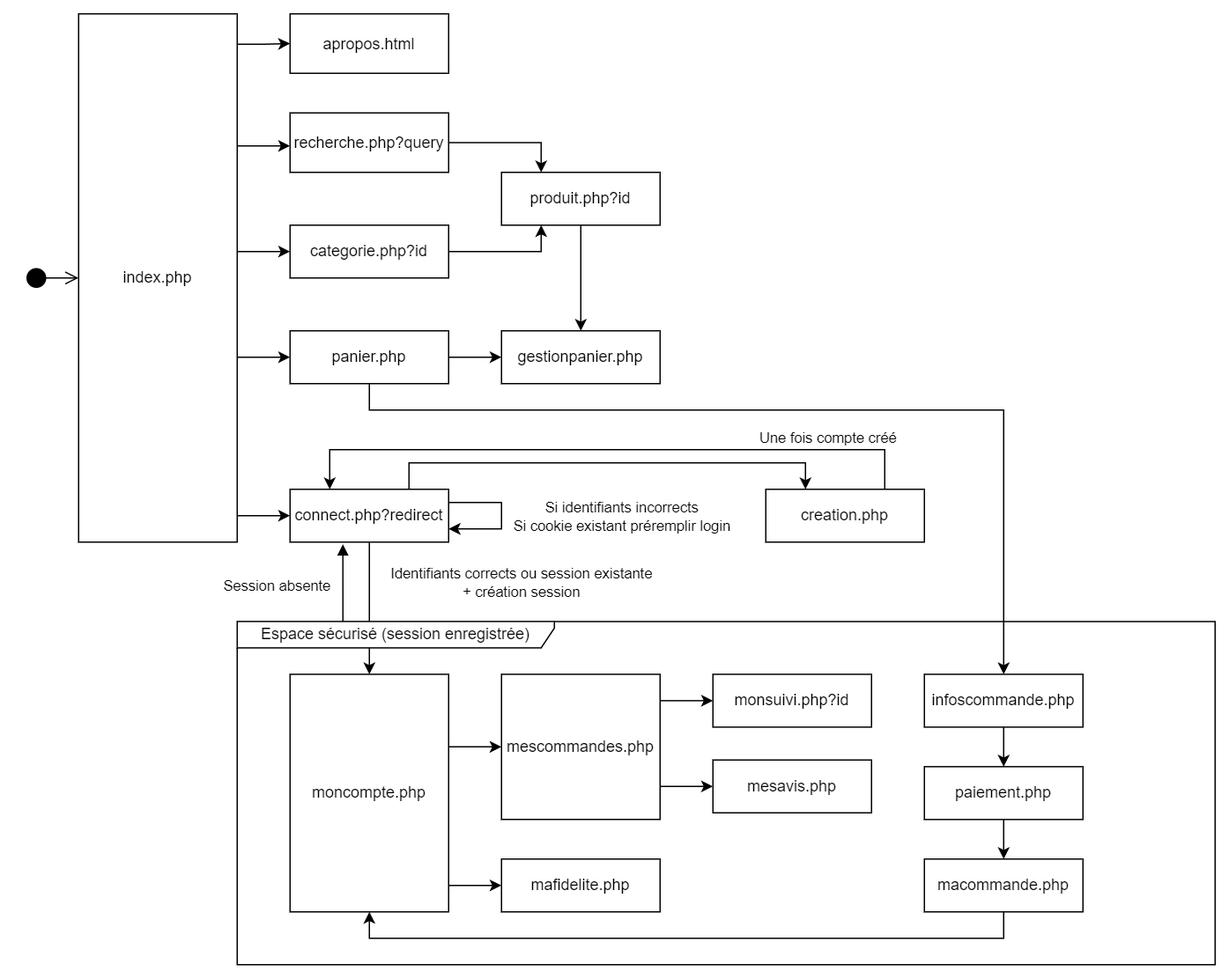
Earlier version of the draw.io export docs/PHP/Schéma d'enchaînement des pages.png (IUT-Blagnac/SAE-3-01-DevApp-G11-DisguiseHub). Source tidied: cells renumbered, new cells last; positions are measured from the earlier drawing's top-left corner, leaving out a move shared by most shapes.
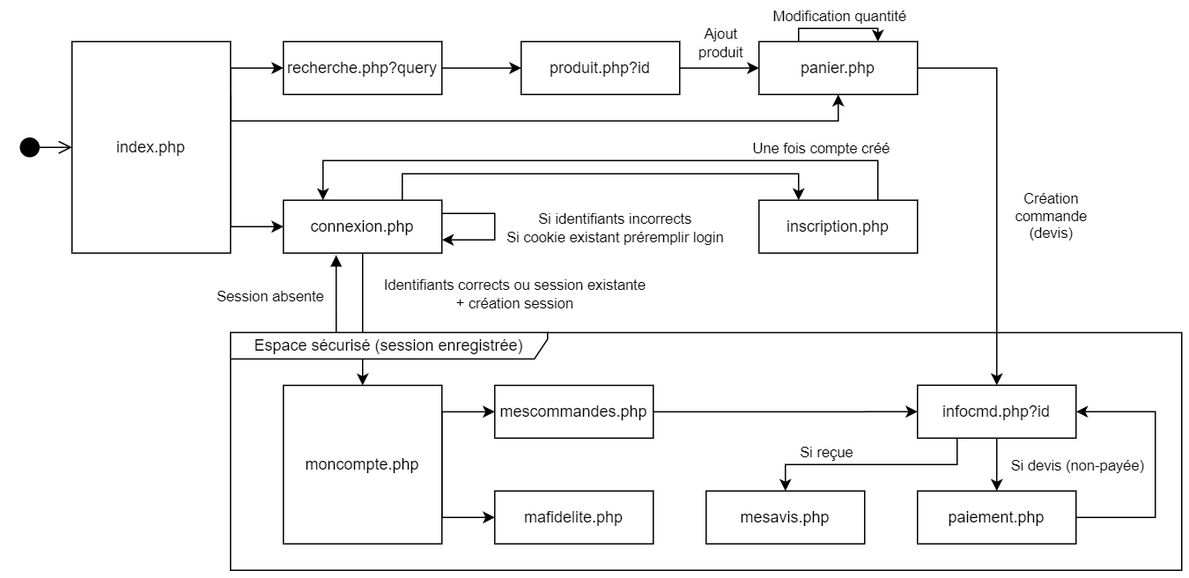
After the change.

Commit message:
Page panier finalisée + Diagrammes séquences + Fixs

What changed in the source:
```diff
@@ -2,57 +2,37 @@
   <root>
     <mxCell id="0" />
     <mxCell id="1" parent="0" />
+    <mxCell id="4" style="edgeStyle=orthogonalEdgeStyle;rounded=0;jettySize=auto;html=1;exitX=1;exitY=0.5;exitDx=0;exitDy=0;entryX=0;entryY=0.5;entryDx=0;entryDy=0;" parent="1" edge="1" source="7" target="15">
+      <mxGeometry relative="1" as="geometry">
+        <Array as="points">
+          <mxPoint x="160" y="380" />
+        </Array>
+      </mxGeometry>
+    </mxCell>
-    <mxCell id="2" style="edgeStyle=orthogonalEdgeStyle;rounded=0;jettySize=auto;html=1;exitX=1;exitY=0.5;exitDx=0;exitDy=0;" parent="1" edge="1" source="7" target="9">
+    <mxCell id="2" style="edgeStyle=orthogonalEdgeStyle;rounded=0;jettySize=auto;html=1;exitX=1;exitY=0.5;exitDx=0;exitDy=0;entryX=0;entryY=0.5;entryDx=0;entryDy=0;" parent="1" edge="1" source="7" target="9">
       <mxGeometry relative="1" as="geometry">
         <Array as="points">
-          <mxPoint x="160" y="100" />
+          <mxPoint x="160" y="260" />
         </Array>
       </mxGeometry>
     </mxCell>
-    <mxCell id="3" style="edgeStyle=orthogonalEdgeStyle;rounded=0;jettySize=auto;html=1;exitX=1;exitY=0.5;exitDx=0;exitDy=0;entryX=0;entryY=0.5;entryDx=0;entryDy=0;" parent="1" edge="1" source="7" target="11">
-      <mxGeometry relative="1" as="geometry">
-        <Array as="points">
-          <mxPoint x="160" y="180" />
-        </Array>
-      </mxGeometry>
-    </mxCell>
-    <mxCell id="4" style="edgeStyle=orthogonalEdgeStyle;rounded=0;jettySize=auto;html=1;exitX=1;exitY=0.5;exitDx=0;exitDy=0;entryX=0;entryY=0.5;entryDx=0;entryDy=0;" parent="1" edge="1" source="7" target="15">
-      <mxGeometry relative="1" as="geometry">
-        <Array as="points">
-          <mxPoint x="160" y="380" />
-        </Array>
-      </mxGeometry>
-    </mxCell>
-    <mxCell id="5" style="edgeStyle=orthogonalEdgeStyle;rounded=0;jettySize=auto;html=1;exitX=1;exitY=0.5;exitDx=0;exitDy=0;entryX=0;entryY=0.5;entryDx=0;entryDy=0;" parent="1" edge="1" source="7" target="30">
+    <mxCell id="5" style="edgeStyle=orthogonalEdgeStyle;rounded=0;jettySize=auto;html=1;exitX=1;exitY=0.25;exitDx=0;exitDy=0;entryX=0.5;entryY=1;entryDx=0;entryDy=0;" parent="1" edge="1" source="7" target="30">
       <mxGeometry relative="1" as="geometry">
         <Array as="points">
-          <mxPoint x="160" y="260" />
+          <mxPoint x="160" y="300" />
+          <mxPoint x="620" y="300" />
         </Array>
       </mxGeometry>
     </mxCell>
-    <mxCell id="6" style="edgeStyle=orthogonalEdgeStyle;rounded=0;jettySize=auto;html=1;exitX=1;exitY=0.5;exitDx=0;exitDy=0;entryX=0;entryY=0.5;entryDx=0;entryDy=0;" parent="1" edge="1" source="7" target="31">
-      <mxGeometry relative="1" as="geometry">
-        <Array as="points">
-          <mxPoint x="160" y="23" />
-          <mxPoint x="180" y="23" />
-        </Array>
-      </mxGeometry>
-    </mxCell>
     <mxCell id="7" value="index.php" style="html=1;whiteSpace=wrap;" parent="1" vertex="1">
-      <mxGeometry x="40" width="120" height="400" as="geometry" />
+      <mxGeometry x="40" y="240" width="120" height="160" as="geometry" />
     </mxCell>
-    <mxCell id="8" style="edgeStyle=orthogonalEdgeStyle;rounded=0;jettySize=auto;html=1;exitX=1;exitY=0.5;exitDx=0;exitDy=0;entryX=0.25;entryY=0;entryDx=0;entryDy=0;" parent="1" edge="1" source="9" target="37">
+    <mxCell id="8" style="edgeStyle=orthogonalEdgeStyle;rounded=0;jettySize=auto;html=1;exitX=1;exitY=0.5;exitDx=0;exitDy=0;entryX=0;entryY=0.5;entryDx=0;entryDy=0;" parent="1" edge="1" source="9" target="37">
       <mxGeometry relative="1" as="geometry" />
     </mxCell>
     <mxCell id="9" value="recherche.php?query" style="html=1;whiteSpace=wrap;" parent="1" vertex="1">
-      <mxGeometry x="200" y="75" width="120" height="45" as="geometry" />
+      <mxGeometry x="200" y="240" width="120" height="40" as="geometry" />
     </mxCell>
-    <mxCell id="10" style="edgeStyle=orthogonalEdgeStyle;rounded=0;jettySize=auto;html=1;exitX=1;exitY=0.5;exitDx=0;exitDy=0;entryX=0.25;entryY=1;entryDx=0;entryDy=0;" parent="1" edge="1" source="11" target="37">
-      <mxGeometry relative="1" as="geometry" />
-    </mxCell>
-    <mxCell id="11" value="categorie.php?id" style="html=1;whiteSpace=wrap;" parent="1" vertex="1">
-      <mxGeometry x="200" y="160" width="120" height="40" as="geometry" />
-    </mxCell>
     <mxCell id="12" style="edgeStyle=orthogonalEdgeStyle;rounded=0;jettySize=auto;html=1;exitX=0.75;exitY=0;exitDx=0;exitDy=0;entryX=0.25;entryY=0;entryDx=0;entryDy=0;" parent="1" edge="1" source="15" target="35">
       <mxGeometry relative="1" as="geometry">
         <Array as="points">
@@ -69,28 +49,28 @@
         <mxPoint x="113" y="-11" as="offset" />
       </mxGeometry>
     </mxCell>
-    <mxCell id="15" value="connect.php?redirect" style="html=1;whiteSpace=wrap;" parent="1" vertex="1">
+    <mxCell id="15" value="connexion.php" style="html=1;whiteSpace=wrap;" parent="1" vertex="1">
       <mxGeometry x="200" y="360" width="120" height="40" as="geometry" />
     </mxCell>
     <mxCell id="16" value="Espace sécurisé (session enregistrée)" style="shape=umlFrame;whiteSpace=wrap;html=1;width=240;height=20;" parent="1" vertex="1">
-      <mxGeometry x="160" y="460.1" width="740" height="259.9" as="geometry" />
+      <mxGeometry x="160" y="460.1" width="720" height="179.9" as="geometry" />
     </mxCell>
     <mxCell id="17" style="edgeStyle=orthogonalEdgeStyle;rounded=0;jettySize=auto;html=1;exitX=1;exitY=0.5;exitDx=0;exitDy=0;entryX=0;entryY=0.5;entryDx=0;entryDy=0;" parent="1" edge="1" source="19" target="25">
       <mxGeometry relative="1" as="geometry">
         <Array as="points">
-          <mxPoint x="320" y="555" />
+          <mxPoint x="320" y="520" />
         </Array>
       </mxGeometry>
     </mxCell>
     <mxCell id="18" style="edgeStyle=orthogonalEdgeStyle;rounded=0;jettySize=auto;html=1;exitX=1;exitY=0.5;exitDx=0;exitDy=0;entryX=0;entryY=0.5;entryDx=0;entryDy=0;" parent="1" edge="1" source="19" target="40">
       <mxGeometry relative="1" as="geometry">
         <Array as="points">
-          <mxPoint x="320" y="660" />
+          <mxPoint x="320" y="600" />
         </Array>
       </mxGeometry>
     </mxCell>
     <mxCell id="19" value="moncompte.php" style="html=1;whiteSpace=wrap;" parent="1" vertex="1">
-      <mxGeometry x="200" y="500.1" width="120" height="179.9" as="geometry" />
+      <mxGeometry x="200" y="500.1" width="120" height="119.9" as="geometry" />
     </mxCell>
     <mxCell id="20" style="edgeStyle=orthogonalEdgeStyle;rounded=0;orthogonalLoop=1;jettySize=auto;html=1;exitX=1;exitY=0.25;exitDx=0;exitDy=0;entryX=1;entryY=0.75;entryDx=0;entryDy=0;" parent="1" edge="1" source="15" target="15">
       <mxGeometry relative="1" as="geometry">
@@ -107,25 +87,14 @@
     </mxCell>
     <mxCell id="22" style="html=1;verticalAlign=bottom;startArrow=circle;startFill=1;endArrow=open;startSize=6;endSize=8;curved=0;rounded=0;entryX=0;entryY=0.5;entryDx=0;entryDy=0;" parent="1" edge="1" target="7">
       <mxGeometry relative="1" as="geometry">
-        <mxPoint y="200" as="sourcePoint" />
+        <mxPoint y="320" as="sourcePoint" />
       </mxGeometry>
     </mxCell>
-    <mxCell id="23" style="edgeStyle=orthogonalEdgeStyle;rounded=0;jettySize=auto;html=1;exitX=1;exitY=0.5;exitDx=0;exitDy=0;entryX=0;entryY=0.5;entryDx=0;entryDy=0;" parent="1" edge="1" source="25" target="32">
-      <mxGeometry relative="1" as="geometry">
-        <Array as="points">
-          <mxPoint x="480" y="520" />
-        </Array>
-      </mxGeometry>
-    </mxCell>
-    <mxCell id="24" style="edgeStyle=orthogonalEdgeStyle;rounded=0;jettySize=auto;html=1;exitX=1;exitY=0.5;exitDx=0;exitDy=0;entryX=0;entryY=0.5;entryDx=0;entryDy=0;" parent="1" edge="1" source="25" target="39">
-      <mxGeometry relative="1" as="geometry">
-        <Array as="points">
-          <mxPoint x="480" y="585" />
-        </Array>
-      </mxGeometry>
-    </mxCell>
+    <mxCell id="47" style="edgeStyle=orthogonalEdgeStyle;rounded=0;jettySize=auto;html=1;" parent="1" edge="1" source="25" target="42">
+      <mxGeometry relative="1" as="geometry" />
+    </mxCell>
     <mxCell id="25" value="mescommandes.php" style="html=1;whiteSpace=wrap;" parent="1" vertex="1">
-      <mxGeometry x="360" y="500.1" width="120" height="109.9" as="geometry" />
+      <mxGeometry x="360" y="500.1" width="120" height="39.9" as="geometry" />
     </mxCell>
     <mxCell id="26" style="html=1;verticalAlign=bottom;endArrow=block;curved=0;rounded=0;entryX=0.333;entryY=1.04;entryDx=0;entryDy=0;entryPerimeter=0;" parent="1" edge="1" target="15">
       <mxGeometry x="0.92" y="89" relative="1" as="geometry">
@@ -137,26 +106,17 @@
         <mxPoint x="-47" as="offset" />
       </mxGeometry>
     </mxCell>
-    <mxCell id="28" style="edgeStyle=orthogonalEdgeStyle;rounded=0;jettySize=auto;html=1;exitX=1;exitY=0.5;exitDx=0;exitDy=0;entryX=0;entryY=0.5;entryDx=0;entryDy=0;" parent="1" edge="1" source="30" target="38">
-      <mxGeometry relative="1" as="geometry" />
-    </mxCell>
-    <mxCell id="29" style="edgeStyle=orthogonalEdgeStyle;rounded=0;jettySize=auto;html=1;exitX=0.5;exitY=1;exitDx=0;exitDy=0;entryX=0.5;entryY=0;entryDx=0;entryDy=0;" parent="1" edge="1" source="30" target="42">
-      <mxGeometry relative="1" as="geometry">
-        <Array as="points">
-          <mxPoint x="260" y="300" />
-          <mxPoint x="740" y="300" />
-        </Array>
-      </mxGeometry>
+    <mxCell id="29" style="edgeStyle=orthogonalEdgeStyle;rounded=0;jettySize=auto;html=1;exitX=1;exitY=0.5;exitDx=0;exitDy=0;" parent="1" edge="1" source="30" target="42">
+      <mxGeometry relative="1" as="geometry" />
     </mxCell>
+    <mxCell id="48" value="Création&lt;br&gt;commande&lt;br&gt;(devis)" style="edgeLabel;html=1;align=center;verticalAlign=middle;" parent="29" vertex="1">
+      <mxGeometry x="0.05" y="2" relative="1" as="geometry">
+        <mxPoint x="38" y="13" as="offset" />
+      </mxGeometry>
+    </mxCell>
     <mxCell id="30" value="panier.php" style="html=1;whiteSpace=wrap;" parent="1" vertex="1">
-      <mxGeometry x="200" y="240" width="120" height="40" as="geometry" />
+      <mxGeometry x="560" y="240" width="120" height="40" as="geometry" />
     </mxCell>
-    <mxCell id="31" value="apropos.html" style="html=1;whiteSpace=wrap;" parent="1" vertex="1">
-      <mxGeometry x="200" width="120" height="45" as="geometry" />
-    </mxCell>
-    <mxCell id="32" value="monsuivi.php?id" style="html=1;whiteSpace=wrap;" parent="1" vertex="1">
-      <mxGeometry x="520" y="500.1" width="120" height="40" as="geometry" />
-    </mxCell>
     <mxCell id="33" style="edgeStyle=orthogonalEdgeStyle;rounded=0;jettySize=auto;html=1;exitX=0.75;exitY=0;exitDx=0;exitDy=0;entryX=0.25;entryY=0;entryDx=0;entryDy=0;" parent="1" edge="1" target="15">
       <mxGeometry relative="1" as="geometry">
         <mxPoint x="650" y="370" as="sourcePoint" />
@@ -171,46 +131,68 @@
         <mxPoint x="147" y="-13" as="offset" />
       </mxGeometry>
     </mxCell>
-    <mxCell id="35" value="creation.php" style="html=1;whiteSpace=wrap;" parent="1" vertex="1">
+    <mxCell id="35" value="inscription.php" style="html=1;whiteSpace=wrap;" parent="1" vertex="1">
       <mxGeometry x="560" y="360" width="120" height="40" as="geometry" />
     </mxCell>
-    <mxCell id="36" style="edgeStyle=orthogonalEdgeStyle;rounded=0;jettySize=auto;html=1;exitX=0.5;exitY=1;exitDx=0;exitDy=0;entryX=0.5;entryY=0;entryDx=0;entryDy=0;" parent="1" edge="1" source="37" target="38">
-      <mxGeometry relative="1" as="geometry" />
-    </mxCell>
+    <mxCell id="49" style="edgeStyle=orthogonalEdgeStyle;rounded=0;jettySize=auto;html=1;exitX=1;exitY=0.5;exitDx=0;exitDy=0;entryX=0;entryY=0.5;entryDx=0;entryDy=0;" parent="1" edge="1" source="37" target="30">
+      <mxGeometry relative="1" as="geometry" />
+    </mxCell>
+    <mxCell id="50" value="Ajout&lt;br&gt;produit" style="edgeLabel;html=1;align=center;verticalAlign=middle;" parent="49" vertex="1">
+      <mxGeometry x="-0.1" y="2" relative="1" as="geometry">
+        <mxPoint x="3" y="-18" as="offset" />
+      </mxGeometry>
+    </mxCell>
     <mxCell id="37" value="produit.php?id" style="html=1;whiteSpace=wrap;" parent="1" vertex="1">
-      <mxGeometry x="360" y="120" width="120" height="40" as="geometry" />
+      <mxGeometry x="380" y="240" width="120" height="40" as="geometry" />
     </mxCell>
-    <mxCell id="38" value="gestionpanier.php" style="html=1;whiteSpace=wrap;" parent="1" vertex="1">
-      <mxGeometry x="360" y="240" width="120" height="40" as="geometry" />
-    </mxCell>
     <mxCell id="39" value="mesavis.php" style="html=1;whiteSpace=wrap;" parent="1" vertex="1">
-      <mxGeometry x="520" y="565" width="120" height="40" as="geometry" />
+      <mxGeometry x="520" y="580" width="120" height="40" as="geometry" />
     </mxCell>
     <mxCell id="40" value="mafidelite.php" style="html=1;whiteSpace=wrap;" parent="1" vertex="1">
-      <mxGeometry x="360" y="640" width="120" height="40" as="geometry" />
+      <mxGeometry x="360" y="580" width="120" height="40" as="geometry" />
     </mxCell>
+    <mxCell id="51" style="edgeStyle=orthogonalEdgeStyle;rounded=0;jettySize=auto;html=1;exitX=0.25;exitY=1;exitDx=0;exitDy=0;entryX=0.5;entryY=0;entryDx=0;entryDy=0;" parent="1" edge="1" source="42" target="39">
+      <mxGeometry relative="1" as="geometry" />
+    </mxCell>
+    <mxCell id="52" value="Si reçue" style="edgeLabel;html=1;align=center;verticalAlign=middle;" parent="51" vertex="1">
+      <mxGeometry x="0.41" y="4" relative="1" as="geometry">
+        <mxPoint y="-14" as="offset" />
+      </mxGeometry>
+    </mxCell>
     <mxCell id="41" style="edgeStyle=orthogonalEdgeStyle;rounded=0;jettySize=auto;html=1;exitX=0.5;exitY=1;exitDx=0;exitDy=0;entryX=0.5;entryY=0;entryDx=0;entryDy=0;" parent="1" edge="1" source="42" target="44">
       <mxGeometry relative="1" as="geometry" />
     </mxCell>
+    <mxCell id="53" value="Si devis (non-payée)" style="edgeLabel;html=1;align=center;verticalAlign=middle;" parent="41" vertex="1">
+      <mxGeometry x="-0.2" y="2" relative="1" as="geometry">
+        <mxPoint x="58" y="4" as="offset" />
+      </mxGeometry>
+    </mxCell>
-    <mxCell id="42" value="infoscommande.php" style="html=1;whiteSpace=wrap;" parent="1" vertex="1">
-      <mxGeometry x="680" y="500.1" width="120" height="40" as="geometry" />
+    <mxCell id="42" value="infocmd.php?id" style="html=1;whiteSpace=wrap;" parent="1" vertex="1">
+      <mxGeometry x="680" y="500" width="120" height="40" as="geometry" />
     </mxCell>
-    <mxCell id="43" style="edgeStyle=orthogonalEdgeStyle;rounded=0;jettySize=auto;html=1;exitX=0.5;exitY=1;exitDx=0;exitDy=0;entryX=0.5;entryY=0;entryDx=0;entryDy=0;" parent="1" edge="1" source="44" target="46">
-      <mxGeometry relative="1" as="geometry" />
-    </mxCell>
+    <mxCell id="54" style="edgeStyle=orthogonalEdgeStyle;rounded=0;jettySize=auto;html=1;exitX=1;exitY=0.5;exitDx=0;exitDy=0;entryX=1;entryY=0.5;entryDx=0;entryDy=0;" parent="1" edge="1" source="44" target="42">
+      <mxGeometry relative="1" as="geometry">
+        <Array as="points">
+          <mxPoint x="860" y="600" />
+          <mxPoint x="860" y="520" />
+        </Array>
+      </mxGeometry>
+    </mxCell>
     <mxCell id="44" value="paiement.php" style="html=1;whiteSpace=wrap;" parent="1" vertex="1">
-      <mxGeometry x="680" y="570" width="120" height="40" as="geometry" />
+      <mxGeometry x="680" y="580" width="120" height="40" as="geometry" />
     </mxCell>
-    <mxCell id="45" style="edgeStyle=orthogonalEdgeStyle;rounded=0;jettySize=auto;html=1;exitX=0.5;exitY=1;exitDx=0;exitDy=0;entryX=0.5;entryY=1;entryDx=0;entryDy=0;" parent="1" edge="1" source="46" target="19">
-      <mxGeometry relative="1" as="geometry">
-        <Array as="points">
-          <mxPoint x="740" y="700" />
-          <mxPoint x="260" y="700" />
-        </Array>
-      </mxGeometry>
-    </mxCell>
-    <mxCell id="46" value="macommande.php" style="html=1;whiteSpace=wrap;" parent="1" vertex="1">
-      <mxGeometry x="680" y="640" width="120" height="40" as="geometry" />
-    </mxCell>
+    <mxCell id="55" style="edgeStyle=orthogonalEdgeStyle;rounded=0;orthogonalLoop=1;jettySize=auto;html=1;exitX=0.25;exitY=0;exitDx=0;exitDy=0;entryX=0.75;entryY=0;entryDx=0;entryDy=0;" parent="1" edge="1" source="30" target="30">
+      <mxGeometry relative="1" as="geometry">
+        <Array as="points">
+          <mxPoint x="590" y="230" />
+          <mxPoint x="650" y="230" />
+        </Array>
+      </mxGeometry>
+    </mxCell>
+    <mxCell id="56" value="Modification quantité" style="edgeLabel;html=1;align=center;verticalAlign=middle;" parent="55" vertex="1">
+      <mxGeometry x="-0.35" y="1" relative="1" as="geometry">
+        <mxPoint x="14" y="-9" as="offset" />
+      </mxGeometry>
+    </mxCell>
   </root>
 </mxGraphModel>
```
